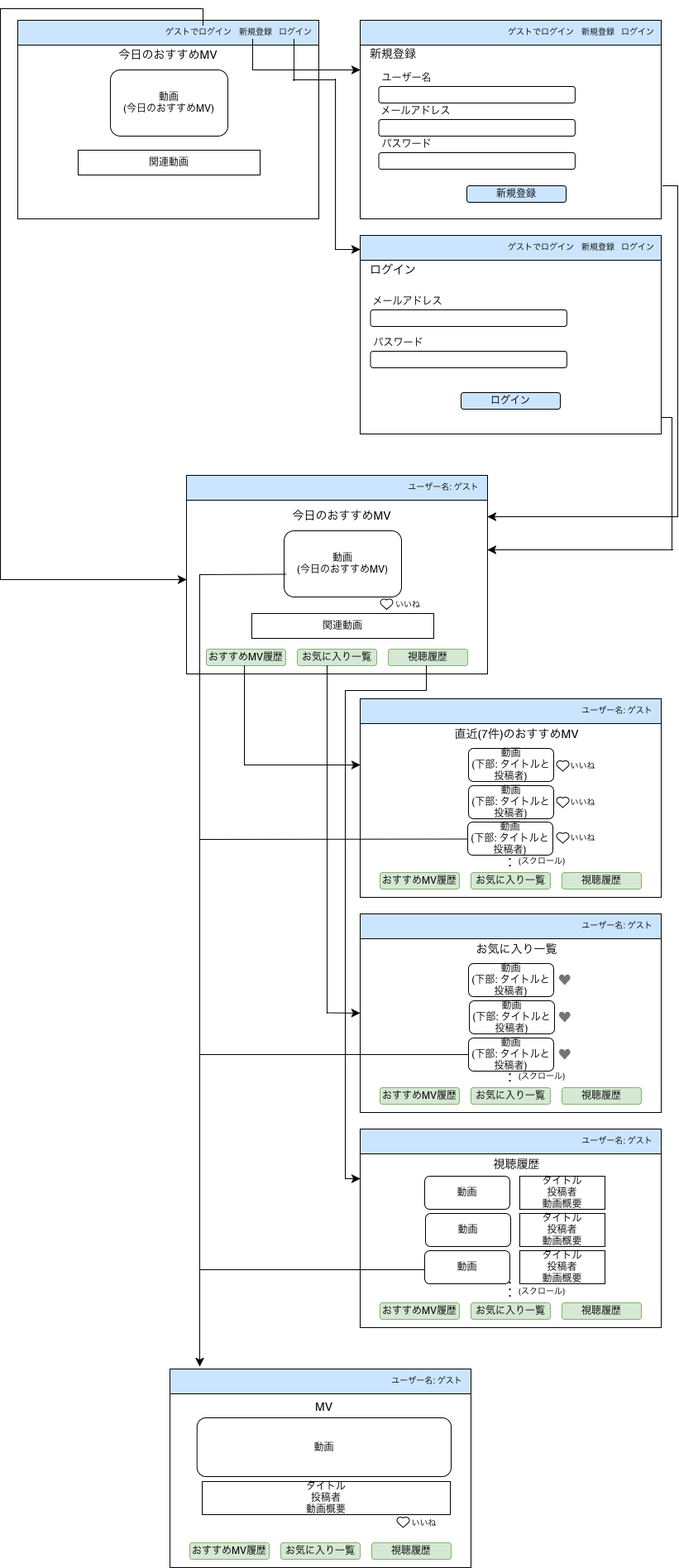
Above: documents/画面遷移図.png in hitsuji-man/DailyRecommendMV (draw.io), before the change. Source tidied: cells renumbered, new cells last; positions are measured from the earlier drawing's top-left corner, leaving out a move shared by most shapes.
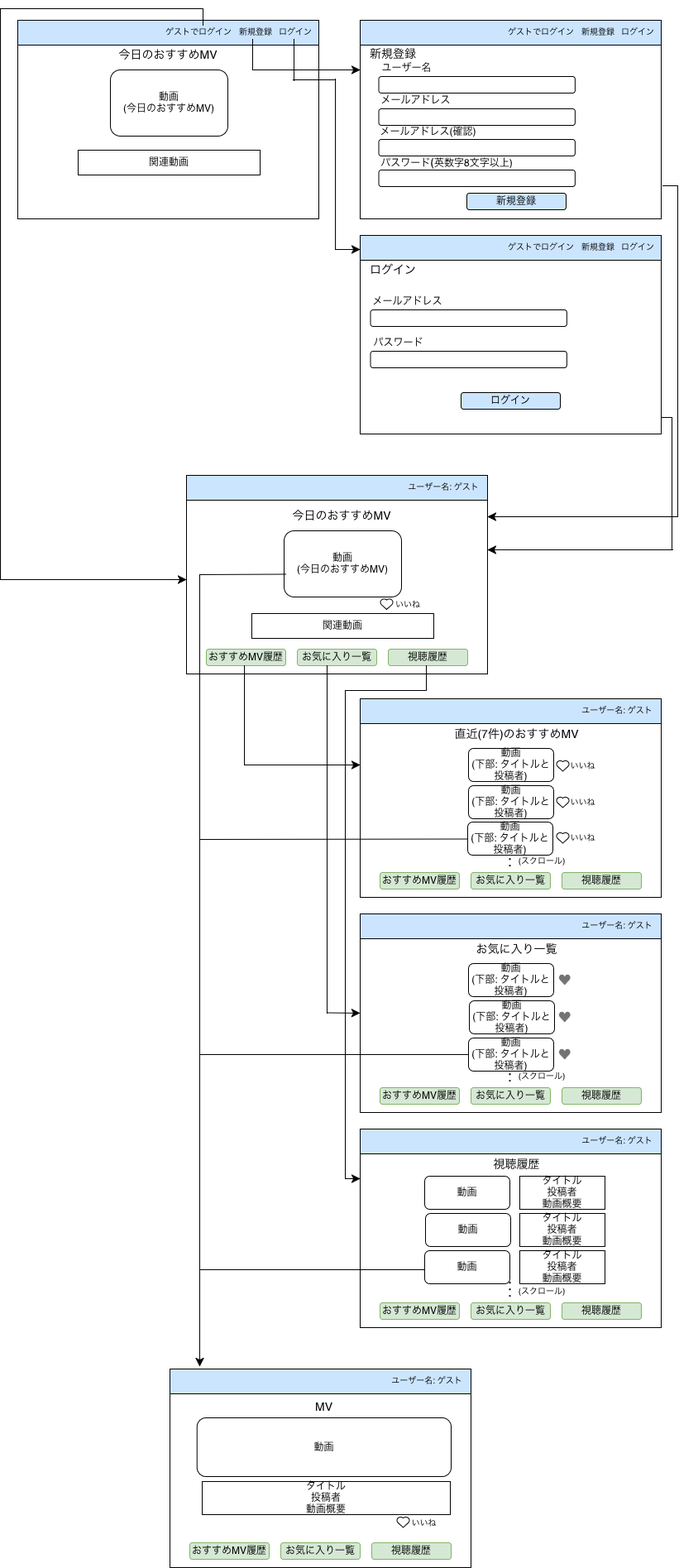
Above is the later version.

Commit message:
画面遷移図の修正

Diff of the diagram source:
```diff
@@ -66,7 +66,7 @@
       <mxGeometry x="154" y="5" width="130" height="20" as="geometry" />
     </mxCell>
     <mxCell id="23" style="group;" parent="16" vertex="1">
-      <mxGeometry y="60" width="260" height="40" as="geometry" />
+      <mxGeometry y="48" width="260" height="40" as="geometry" />
     </mxCell>
     <mxCell id="24" style="rounded=1;whiteSpace=wrap;html=1;" parent="23" vertex="1">
       <mxGeometry x="22.6" y="20" width="237.4" height="20" as="geometry" />
@@ -74,27 +74,36 @@
     <mxCell id="25" value="&lt;font style=&quot;font-size: 12px;&quot;&gt;ユーザー名&lt;/font&gt;" style="text;strokeColor=none;fillColor=none;html=1;align=center;verticalAlign=middle;whiteSpace=wrap;rounded=0;fontSize=14;" parent="23" vertex="1">
       <mxGeometry width="113" height="20" as="geometry" />
     </mxCell>
-    <mxCell id="26" style="group;" parent="16" vertex="1">
-      <mxGeometry y="100" width="260" height="40" as="geometry" />
+    <mxCell id="26" style="group;align=center;verticalAlign=top;fontFamily=Helvetica;fontSize=12;fontColor=default;fillColor=none;gradientColor=none;" parent="16" vertex="1">
+      <mxGeometry y="87" width="260" height="40" as="geometry" />
     </mxCell>
-    <mxCell id="27" style="rounded=1;whiteSpace=wrap;html=1;" parent="26" vertex="1">
+    <mxCell id="27" style="rounded=1;whiteSpace=wrap;html=1;align=center;verticalAlign=top;fontFamily=Helvetica;fontSize=12;fontColor=default;fillColor=none;gradientColor=none;" parent="26" vertex="1">
       <mxGeometry x="22.6" y="20" width="237.4" height="20" as="geometry" />
     </mxCell>
-    <mxCell id="28" value="&lt;font style=&quot;font-size: 12px;&quot;&gt;メールアドレス&lt;/font&gt;" style="text;strokeColor=none;fillColor=none;html=1;align=center;verticalAlign=middle;whiteSpace=wrap;rounded=0;fontSize=14;" parent="26" vertex="1">
+    <mxCell id="28" value="&lt;font style=&quot;font-size: 12px;&quot;&gt;メールアドレス&lt;/font&gt;" style="text;strokeColor=none;fillColor=none;html=1;align=center;verticalAlign=middle;whiteSpace=wrap;rounded=0;fontSize=12;fontFamily=Helvetica;fontColor=default;" parent="26" vertex="1">
       <mxGeometry x="11.3" width="113" height="20" as="geometry" />
     </mxCell>
     <mxCell id="29" style="group;" parent="16" vertex="1">
-      <mxGeometry y="140" width="260" height="40" as="geometry" />
+      <mxGeometry y="161" width="260" height="40" as="geometry" />
     </mxCell>
     <mxCell id="30" style="rounded=1;whiteSpace=wrap;html=1;" parent="29" vertex="1">
       <mxGeometry x="22.6" y="20" width="237.4" height="20" as="geometry" />
     </mxCell>
+    <mxCell id="189" style="group;align=center;verticalAlign=top;fontFamily=Helvetica;fontSize=12;fontColor=default;fillColor=none;gradientColor=none;" parent="29" vertex="1">
+      <mxGeometry y="-37" width="260" height="40" as="geometry" />
+    </mxCell>
+    <mxCell id="190" style="rounded=1;whiteSpace=wrap;html=1;align=center;verticalAlign=top;fontFamily=Helvetica;fontSize=12;fontColor=default;fillColor=none;gradientColor=none;" parent="189" vertex="1">
+      <mxGeometry x="22.6" y="20" width="237.4" height="20" as="geometry" />
+    </mxCell>
+    <mxCell id="191" value="&lt;font style=&quot;font-size: 12px;&quot;&gt;メールアドレス(確認)&lt;/font&gt;" style="text;strokeColor=none;fillColor=none;html=1;align=center;verticalAlign=middle;whiteSpace=wrap;rounded=0;fontSize=12;fontFamily=Helvetica;fontColor=default;" parent="189" vertex="1">
+      <mxGeometry x="18.3" y="1" width="128.7" height="20" as="geometry" />
+    </mxCell>
+    <mxCell id="32" value="新規登録" style="rounded=1;whiteSpace=wrap;html=1;fillColor=#CCE5FF;" parent="16" vertex="1">
+      <mxGeometry x="129" y="209" width="120" height="20" as="geometry" />
+    </mxCell>
-    <mxCell id="31" value="&lt;font style=&quot;font-size: 12px;&quot;&gt;パスワード&lt;/font&gt;" style="text;strokeColor=none;fillColor=none;html=1;align=center;verticalAlign=middle;whiteSpace=wrap;rounded=0;fontSize=14;" parent="29" vertex="1">
-      <mxGeometry width="113" height="20" as="geometry" />
+    <mxCell id="31" value="&lt;font style=&quot;font-size: 12px;&quot;&gt;パスワード&lt;/font&gt;(&lt;font style=&quot;font-size: 12px;&quot;&gt;英数字8文字以上)&lt;/font&gt;" style="text;strokeColor=none;fillColor=none;html=1;align=center;verticalAlign=middle;whiteSpace=wrap;rounded=0;fontSize=14;" parent="16" vertex="1">
+      <mxGeometry x="15" y="163" width="180" height="20" as="geometry" />
     </mxCell>
-    <mxCell id="32" value="新規登録" style="rounded=1;whiteSpace=wrap;html=1;fillColor=#CCE5FF;" parent="16" vertex="1">
-      <mxGeometry x="129" y="200" width="120" height="20" as="geometry" />
-    </mxCell>
     <mxCell id="33" style="rounded=0;whiteSpace=wrap;html=1;" parent="1" vertex="1">
       <mxGeometry x="21" y="24" width="364" height="240" as="geometry" />
     </mxCell>
```
